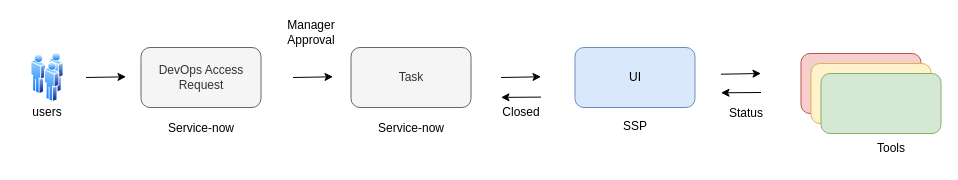
Sudh33r/drawio keeps this draw.io diagram as ServicenowToSSpFlow.drawio. Above is the earlier version. Source tidied: cells renumbered, new cells numbered last; positions are measured from the earlier drawing's top-left corner, leaving out a move shared by most shapes. Both pictures are drawn from the tidied source at 100%, with x=0, y=0 at pixel (17, 17).
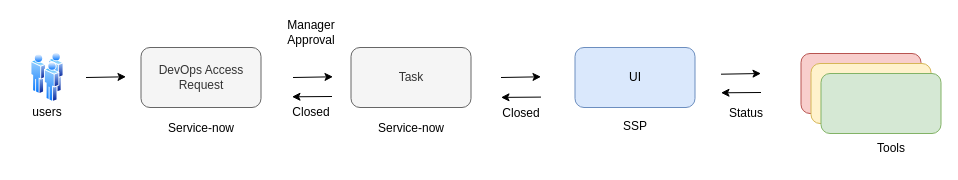
After the change.

Diff of the diagram source:
```diff
@@
     <mxCell id="22" value="Closed" style="text;html=1;strokeColor=none;fillColor=none;align=center;verticalAlign=middle;whiteSpace=wrap;rounded=0;" parent="1" vertex="1">
-      <mxGeometry x="473.5" y="80" width="60" height="30" as="geometry" />
+      <mxGeometry x="473.5" y="81" width="60" height="30" as="geometry" />
     </mxCell>
+    <mxCell id="23" value="Closed" style="text;html=1;strokeColor=none;fillColor=none;align=center;verticalAlign=middle;whiteSpace=wrap;rounded=0;" parent="1" vertex="1">
+      <mxGeometry x="263.5" y="80" width="60" height="30" as="geometry" />
+    </mxCell>
+    <mxCell id="24" style="endArrow=classic;html=1;rounded=0;" parent="1" edge="1">
+      <mxGeometry relative="1" as="geometry">
+        <mxPoint x="314.5" y="79" as="sourcePoint" />
+        <mxPoint x="274.5" y="79.3" as="targetPoint" />
+      </mxGeometry>
+    </mxCell>
```
